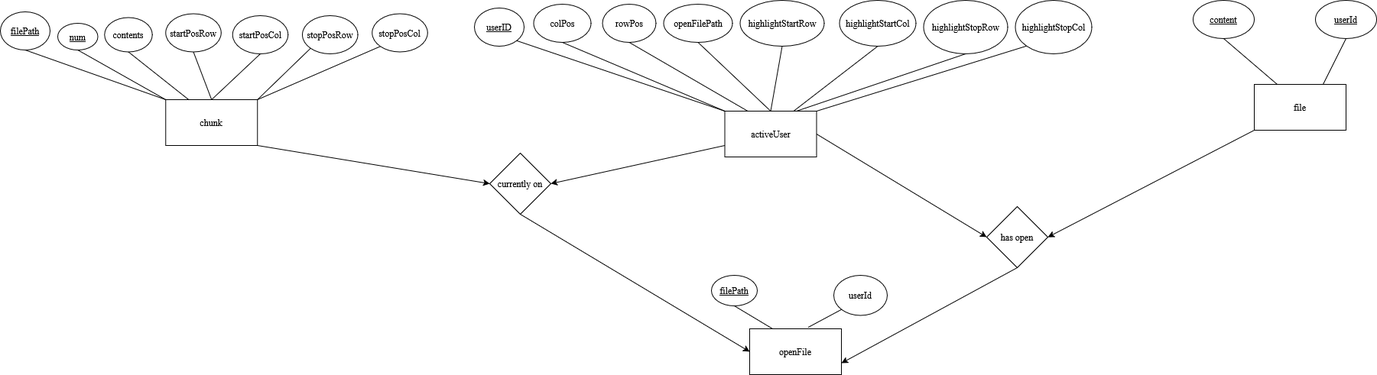
Above: docs/filefly_er_diagram.drawio.png in TheIcyStar/filefly (draw.io), before the change. Source tidied: cells renumbered, new cells last; positions are measured from the earlier drawing's top-left corner, leaving out a move shared by most shapes.
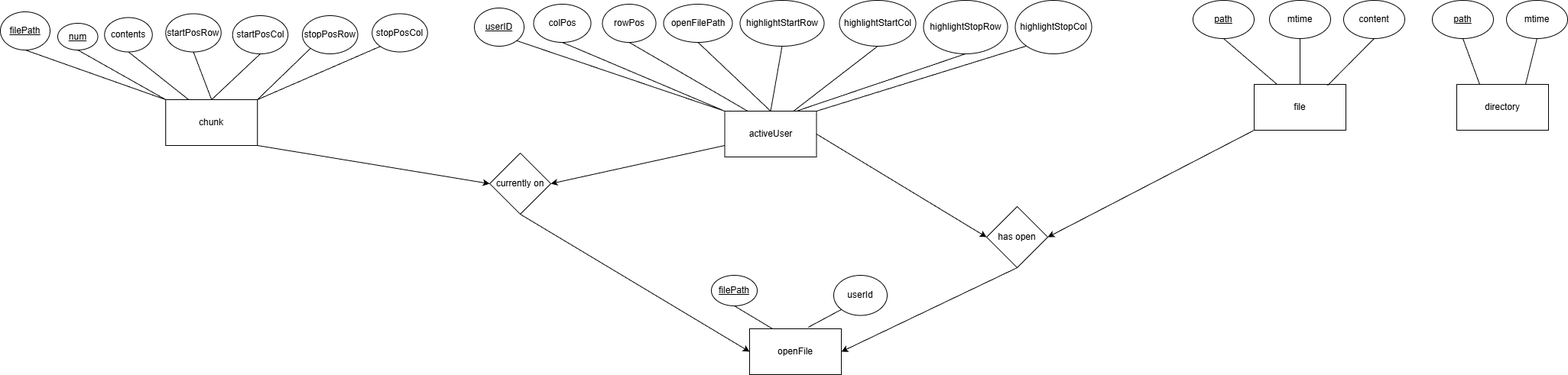
The same file after the commit.

What changed in the source:
```diff
@@ -5,15 +5,9 @@
     <mxCell id="2" style="edgeStyle=none;rounded=0;jettySize=auto;html=1;exitX=0.5;exitY=1;exitDx=0;exitDy=0;entryX=0.25;entryY=0;entryDx=0;entryDy=0;endArrow=none;endFill=0;" parent="1" edge="1" source="3" target="7">
       <mxGeometry relative="1" as="geometry" />
     </mxCell>
-    <mxCell id="3" value="&lt;u&gt;content&lt;/u&gt;" style="ellipse;whiteSpace=wrap;html=1;" parent="1" vertex="1">
+    <mxCell id="3" value="&lt;span&gt;path&lt;/span&gt;" style="ellipse;whiteSpace=wrap;html=1;fontStyle=4;" parent="1" vertex="1">
       <mxGeometry x="1560" width="80" height="50" as="geometry" />
     </mxCell>
-    <mxCell id="4" style="edgeStyle=none;rounded=0;jettySize=auto;html=1;exitX=0.5;exitY=1;exitDx=0;exitDy=0;entryX=0.75;entryY=0;entryDx=0;entryDy=0;endArrow=none;endFill=0;" parent="1" edge="1" source="5" target="7">
-      <mxGeometry relative="1" as="geometry" />
-    </mxCell>
-    <mxCell id="5" value="&lt;u&gt;userId&lt;/u&gt;" style="ellipse;whiteSpace=wrap;html=1;" parent="1" vertex="1">
-      <mxGeometry x="1720" width="80" height="50" as="geometry" />
-    </mxCell>
     <mxCell id="6" style="edgeStyle=none;rounded=0;jettySize=auto;html=1;exitX=0;exitY=1;exitDx=0;exitDy=0;entryX=1;entryY=0.5;entryDx=0;entryDy=0;" parent="1" edge="1" source="7" target="49">
       <mxGeometry relative="1" as="geometry" />
     </mxCell>
@@ -144,7 +138,7 @@
     <mxCell id="47" style="edgeStyle=none;rounded=0;jettySize=auto;html=1;exitX=0;exitY=1;exitDx=0;exitDy=0;entryX=0.639;entryY=-0.033;entryDx=0;entryDy=0;entryPerimeter=0;endArrow=none;endFill=0;" parent="1" edge="1" source="46" target="8">
       <mxGeometry relative="1" as="geometry" />
     </mxCell>
-    <mxCell id="48" style="edgeStyle=none;rounded=0;jettySize=auto;html=1;exitX=0.5;exitY=1;exitDx=0;exitDy=0;entryX=1;entryY=0.75;entryDx=0;entryDy=0;" parent="1" edge="1" source="49" target="8">
+    <mxCell id="48" style="edgeStyle=none;rounded=0;jettySize=auto;html=1;exitX=0.5;exitY=1;exitDx=0;exitDy=0;entryX=1;entryY=0.5;entryDx=0;entryDy=0;" parent="1" edge="1" source="49" target="8">
       <mxGeometry relative="1" as="geometry" />
     </mxCell>
     <mxCell id="49" value="has open" style="rhombus;whiteSpace=wrap;html=1;" parent="1" vertex="1">
@@ -156,5 +150,32 @@
     <mxCell id="51" value="currently on" style="rhombus;whiteSpace=wrap;html=1;" parent="1" vertex="1">
       <mxGeometry x="640" y="200" width="80" height="80" as="geometry" />
     </mxCell>
+    <mxCell id="52" value="mtime" style="ellipse;whiteSpace=wrap;html=1;" parent="1" vertex="1">
+      <mxGeometry x="1660" width="80" height="50" as="geometry" />
+    </mxCell>
+    <mxCell id="53" style="edgeStyle=none;rounded=0;jettySize=auto;html=1;exitX=0.5;exitY=1;exitDx=0;exitDy=0;endArrow=none;endFill=0;entryX=0.5;entryY=0;entryDx=0;entryDy=0;" parent="1" edge="1" source="52" target="7">
+      <mxGeometry relative="1" as="geometry" />
+    </mxCell>
+    <mxCell id="54" value="content" style="ellipse;whiteSpace=wrap;html=1;" parent="1" vertex="1">
+      <mxGeometry x="1757" width="80" height="50" as="geometry" />
+    </mxCell>
+    <mxCell id="55" style="edgeStyle=none;html=1;exitX=0.5;exitY=1;exitDx=0;exitDy=0;entryX=0.8;entryY=0.023;entryDx=0;entryDy=0;entryPerimeter=0;endArrow=none;endFill=0;" parent="1" edge="1" source="54" target="7">
+      <mxGeometry relative="1" as="geometry" />
+    </mxCell>
+    <mxCell id="56" style="edgeStyle=none;rounded=0;jettySize=auto;html=1;exitX=0.5;exitY=1;exitDx=0;exitDy=0;entryX=0.25;entryY=0;entryDx=0;entryDy=0;endArrow=none;endFill=0;" parent="1" edge="1" source="57" target="58">
+      <mxGeometry relative="1" as="geometry" />
+    </mxCell>
+    <mxCell id="57" value="&lt;span&gt;path&lt;/span&gt;" style="ellipse;whiteSpace=wrap;html=1;fontStyle=4;" parent="1" vertex="1">
+      <mxGeometry x="1873" width="80" height="50" as="geometry" />
+    </mxCell>
+    <mxCell id="58" value="directory" style="rounded=0;whiteSpace=wrap;html=1;" parent="1" vertex="1">
+      <mxGeometry x="1905" y="110" width="120" height="60" as="geometry" />
+    </mxCell>
+    <mxCell id="59" value="mtime" style="ellipse;whiteSpace=wrap;html=1;" parent="1" vertex="1">
+      <mxGeometry x="1970" width="80" height="50" as="geometry" />
+    </mxCell>
+    <mxCell id="60" style="edgeStyle=none;html=1;exitX=0.5;exitY=1;exitDx=0;exitDy=0;entryX=0.75;entryY=0;entryDx=0;entryDy=0;endArrow=none;endFill=0;" parent="1" edge="1" source="59" target="58">
+      <mxGeometry relative="1" as="geometry" />
+    </mxCell>
   </root>
 </mxGraphModel>
```
